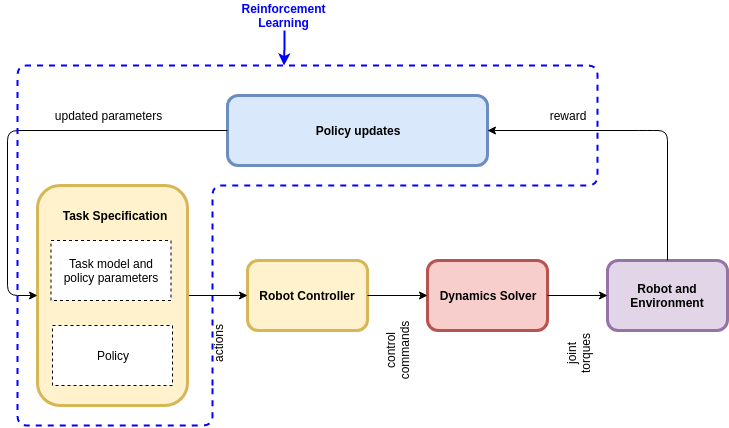
The draw.io diagram images/composition.png in abhishek098/project-proposal, before a commit. Source tidied: cells renumbered, new cells last; positions are measured from the earlier drawing's top-left corner, leaving out a move shared by most shapes.
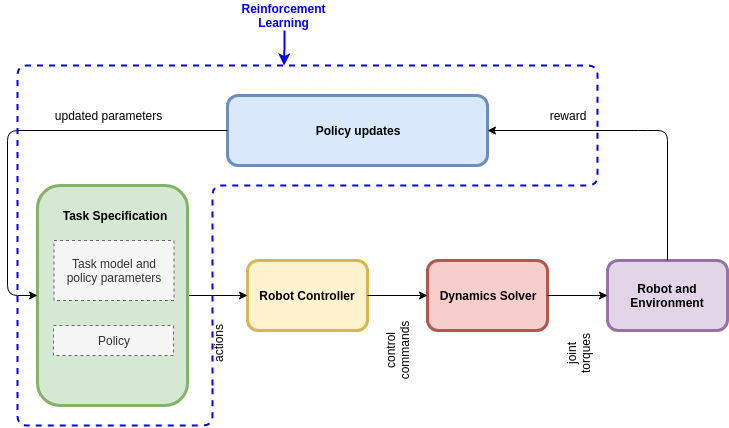
The same file after the commit.

The edit, as a diff of the source:
```diff
@@ -31,17 +31,17 @@
     <mxCell id="9" style="edgeStyle=orthogonalEdgeStyle;rounded=1;jettySize=auto;html=1;entryX=0;entryY=0.5;entryDx=0;entryDy=0;" parent="1" edge="1" source="10" target="3">
       <mxGeometry relative="1" as="geometry" />
     </mxCell>
-    <mxCell id="10" style="rounded=1;whiteSpace=wrap;html=1;fillColor=#fff2cc;strokeColor=#d6b656;strokeWidth=3;fontStyle=1;" parent="1" vertex="1">
+    <mxCell id="10" style="rounded=1;whiteSpace=wrap;html=1;fillColor=#d5e8d4;strokeColor=#82b366;strokeWidth=3;fontStyle=1;" parent="1" vertex="1">
       <mxGeometry x="30" y="185" width="150" height="220" as="geometry" />
     </mxCell>
     <mxCell id="11" value="&lt;span&gt;&lt;b&gt;Task Specification&lt;/b&gt;&lt;/span&gt;" style="text;html=1;strokeColor=none;fillColor=none;align=center;verticalAlign=middle;whiteSpace=wrap;rounded=0;" parent="1" vertex="1">
       <mxGeometry x="47" y="205" width="120" height="20" as="geometry" />
     </mxCell>
-    <mxCell id="12" value="Task model and policy parameters" style="rounded=0;whiteSpace=wrap;html=1;dashed=1;" parent="1" vertex="1">
-      <mxGeometry x="43.5" y="240" width="120" height="60" as="geometry" />
+    <mxCell id="12" value="Task model and policy parameters" style="rounded=0;whiteSpace=wrap;html=1;dashed=1;fillColor=#f5f5f5;strokeColor=#666666;fontColor=#333333;" parent="1" vertex="1">
+      <mxGeometry x="46.5" y="240" width="120" height="60" as="geometry" />
     </mxCell>
-    <mxCell id="13" value="Policy" style="rounded=0;whiteSpace=wrap;html=1;dashed=1;" parent="1" vertex="1">
-      <mxGeometry x="45" y="325" width="120" height="60" as="geometry" />
+    <mxCell id="13" value="Policy" style="rounded=0;whiteSpace=wrap;html=1;dashed=1;fillColor=#f5f5f5;strokeColor=#666666;fontColor=#333333;" parent="1" vertex="1">
+      <mxGeometry x="46" y="325" width="120" height="30" as="geometry" />
     </mxCell>
     <mxCell id="14" style="edgeStyle=orthogonalEdgeStyle;rounded=1;jettySize=auto;html=1;exitX=0;exitY=0.5;exitDx=0;exitDy=0;entryX=0;entryY=0.5;entryDx=0;entryDy=0;" parent="1" edge="1" source="2" target="10">
       <mxGeometry relative="1" as="geometry">
```
